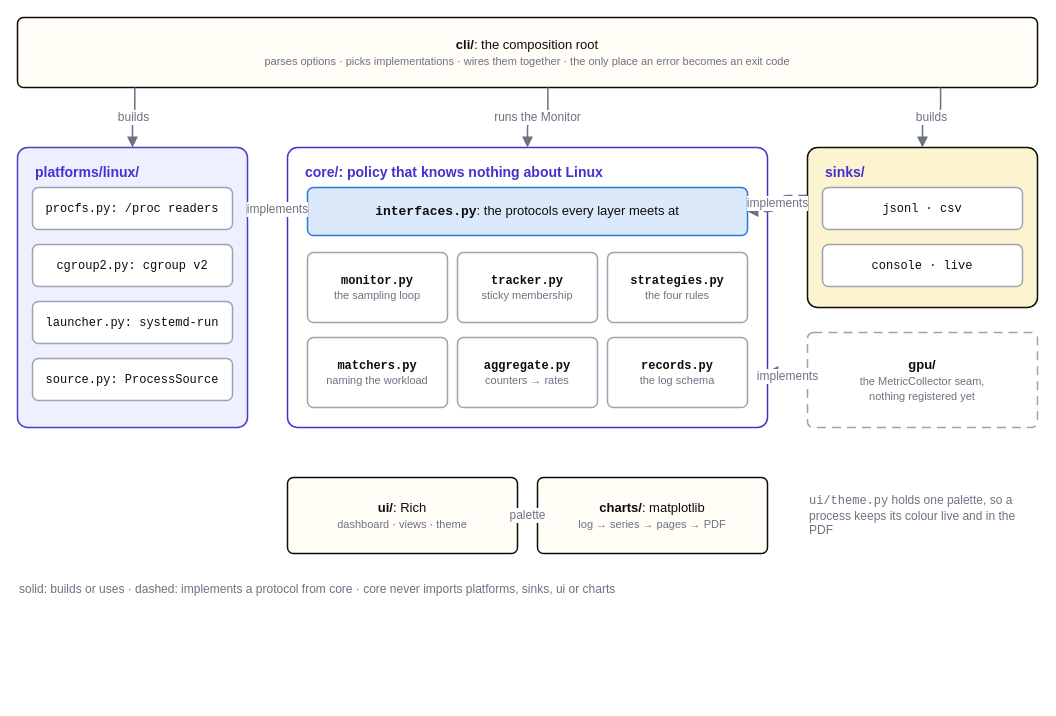
Before: docs/assets/diagrams/architecture.drawio in ibadrather/treehawk, a draw.io diagram. Source tidied: cells renumbered, new cells numbered last; positions are measured from the earlier drawing's top-left corner, leaving out a move shared by most shapes. Both pictures are drawn from the tidied source at 100%, with x=0, y=0 at pixel (17, 17).
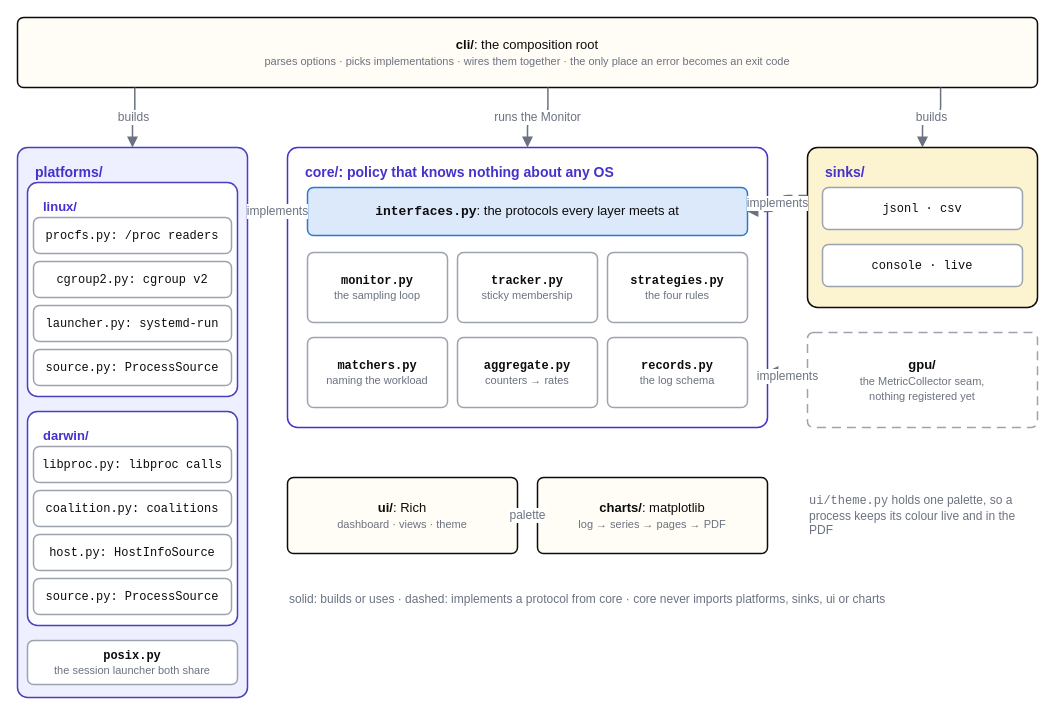
After the change.

The change refers to these unchanged cells:
```xml
<mxCell id="9" value="&lt;b&gt;&lt;span style=&quot;font-family:monospace&quot;&gt;interfaces.py&lt;/span&gt;&lt;/b&gt;: the protocols every layer meets at" style="rounded=1;arcSize=12;absoluteArcSize=1;whiteSpace=wrap;html=1;fillColor=#DCE9FA;strokeColor=#2A78D6;strokeWidth=1.5;fontSize=13;fontColor=#0C0C0C;align=center;verticalAlign=middle;spacing=8;fontFamily=Helvetica;" parent="1" vertex="1">
  <mxGeometry x="290" y="170" width="440" height="48" as="geometry" />
</mxCell>
```

Change to the diagram source:
```diff
@@
-    <mxCell id="3" value="platforms/linux/" style="rounded=1;arcSize=12;absoluteArcSize=1;whiteSpace=wrap;html=1;fillColor=#EEF0FF;strokeColor=#4B3FBF;strokeWidth=1.5;fontSize=14;fontColor=#0C0C0C;align=left;verticalAlign=middle;spacing=8;fontFamily=Helvetica;verticalAlign=top;spacingLeft=10;spacingTop=4;fontStyle=1;arcSize=20;fontColor=#4531CC;" parent="1" vertex="1">
-      <mxGeometry y="130" width="230" height="280" as="geometry" />
+    <mxCell id="3" value="platforms/" style="rounded=1;arcSize=12;absoluteArcSize=1;whiteSpace=wrap;html=1;fillColor=#EEF0FF;strokeColor=#4B3FBF;strokeWidth=1.5;fontSize=14;fontColor=#0C0C0C;align=left;verticalAlign=middle;spacing=8;fontFamily=Helvetica;verticalAlign=top;spacingLeft=10;spacingTop=4;fontStyle=1;arcSize=20;fontColor=#4531CC;" parent="1" vertex="1">
+      <mxGeometry y="130" width="230" height="550" as="geometry" />
     </mxCell>
+    <mxCell id="31" value="linux/" style="rounded=1;arcSize=12;absoluteArcSize=1;whiteSpace=wrap;html=1;fillColor=#FFFFFF;strokeColor=#4B3FBF;strokeWidth=1.5;fontSize=13;fontColor=#0C0C0C;align=left;verticalAlign=middle;spacing=8;fontFamily=Helvetica;verticalAlign=top;spacingLeft=8;spacingTop=4;fontStyle=1;arcSize=20;fontColor=#4531CC;" parent="1" vertex="1">
+      <mxGeometry x="10" y="165" width="210" height="214" as="geometry" />
+    </mxCell>
-    <mxCell id="4" value="&lt;span style=&quot;font-family:monospace&quot;&gt;procfs.py: /proc readers&lt;/span&gt;" style="rounded=1;arcSize=12;absoluteArcSize=1;whiteSpace=wrap;html=1;fillColor=#FFFFFF;strokeColor=#9CA3AF;strokeWidth=1.5;fontSize=12;fontColor=#0C0C0C;align=center;verticalAlign=middle;spacing=8;fontFamily=Helvetica;" parent="1" vertex="1">
-      <mxGeometry x="15" y="170" width="200" height="42" as="geometry" />
+    <mxCell id="4" value="&lt;span style=&quot;font-family:monospace&quot;&gt;procfs.py: /proc readers&lt;/span&gt;" style="rounded=1;arcSize=12;absoluteArcSize=1;whiteSpace=wrap;html=1;fillColor=#FFFFFF;strokeColor=#9CA3AF;strokeWidth=1.5;fontSize=12;fontColor=#0C0C0C;align=center;verticalAlign=middle;spacing=4;fontFamily=Helvetica;" parent="1" vertex="1">
+      <mxGeometry x="16" y="200" width="198" height="36" as="geometry" />
     </mxCell>
-    <mxCell id="5" value="&lt;span style=&quot;font-family:monospace&quot;&gt;cgroup2.py: cgroup v2&lt;/span&gt;" style="rounded=1;arcSize=12;absoluteArcSize=1;whiteSpace=wrap;html=1;fillColor=#FFFFFF;strokeColor=#9CA3AF;strokeWidth=1.5;fontSize=12;fontColor=#0C0C0C;align=center;verticalAlign=middle;spacing=8;fontFamily=Helvetica;" parent="1" vertex="1">
-      <mxGeometry x="15" y="227" width="200" height="42" as="geometry" />
+    <mxCell id="5" value="&lt;span style=&quot;font-family:monospace&quot;&gt;cgroup2.py: cgroup v2&lt;/span&gt;" style="rounded=1;arcSize=12;absoluteArcSize=1;whiteSpace=wrap;html=1;fillColor=#FFFFFF;strokeColor=#9CA3AF;strokeWidth=1.5;fontSize=12;fontColor=#0C0C0C;align=center;verticalAlign=middle;spacing=4;fontFamily=Helvetica;" parent="1" vertex="1">
+      <mxGeometry x="16" y="244" width="198" height="36" as="geometry" />
     </mxCell>
-    <mxCell id="6" value="&lt;span style=&quot;font-family:monospace&quot;&gt;launcher.py: systemd-run&lt;/span&gt;" style="rounded=1;arcSize=12;absoluteArcSize=1;whiteSpace=wrap;html=1;fillColor=#FFFFFF;strokeColor=#9CA3AF;strokeWidth=1.5;fontSize=12;fontColor=#0C0C0C;align=center;verticalAlign=middle;spacing=8;fontFamily=Helvetica;" parent="1" vertex="1">
-      <mxGeometry x="15" y="284" width="200" height="42" as="geometry" />
+    <mxCell id="6" value="&lt;span style=&quot;font-family:monospace&quot;&gt;launcher.py: systemd-run&lt;/span&gt;" style="rounded=1;arcSize=12;absoluteArcSize=1;whiteSpace=wrap;html=1;fillColor=#FFFFFF;strokeColor=#9CA3AF;strokeWidth=1.5;fontSize=12;fontColor=#0C0C0C;align=center;verticalAlign=middle;spacing=4;fontFamily=Helvetica;" parent="1" vertex="1">
+      <mxGeometry x="16" y="288" width="198" height="36" as="geometry" />
     </mxCell>
-    <mxCell id="7" value="&lt;span style=&quot;font-family:monospace&quot;&gt;source.py: ProcessSource&lt;/span&gt;" style="rounded=1;arcSize=12;absoluteArcSize=1;whiteSpace=wrap;html=1;fillColor=#FFFFFF;strokeColor=#9CA3AF;strokeWidth=1.5;fontSize=12;fontColor=#0C0C0C;align=center;verticalAlign=middle;spacing=8;fontFamily=Helvetica;" parent="1" vertex="1">
-      <mxGeometry x="15" y="341" width="200" height="42" as="geometry" />
+    <mxCell id="7" value="&lt;span style=&quot;font-family:monospace&quot;&gt;source.py: ProcessSource&lt;/span&gt;" style="rounded=1;arcSize=12;absoluteArcSize=1;whiteSpace=wrap;html=1;fillColor=#FFFFFF;strokeColor=#9CA3AF;strokeWidth=1.5;fontSize=12;fontColor=#0C0C0C;align=center;verticalAlign=middle;spacing=4;fontFamily=Helvetica;" parent="1" vertex="1">
+      <mxGeometry x="16" y="332" width="198" height="36" as="geometry" />
     </mxCell>
+    <mxCell id="32" value="darwin/" style="rounded=1;arcSize=12;absoluteArcSize=1;whiteSpace=wrap;html=1;fillColor=#FFFFFF;strokeColor=#4B3FBF;strokeWidth=1.5;fontSize=13;fontColor=#0C0C0C;align=left;verticalAlign=middle;spacing=8;fontFamily=Helvetica;verticalAlign=top;spacingLeft=8;spacingTop=4;fontStyle=1;arcSize=20;fontColor=#4531CC;" parent="1" vertex="1">
+      <mxGeometry x="10" y="394" width="210" height="214" as="geometry" />
+    </mxCell>
+    <mxCell id="33" value="&lt;span style=&quot;font-family:monospace&quot;&gt;libproc.py: libproc calls&lt;/span&gt;" style="rounded=1;arcSize=12;absoluteArcSize=1;whiteSpace=wrap;html=1;fillColor=#FFFFFF;strokeColor=#9CA3AF;strokeWidth=1.5;fontSize=12;fontColor=#0C0C0C;align=center;verticalAlign=middle;spacing=4;fontFamily=Helvetica;" parent="1" vertex="1">
+      <mxGeometry x="16" y="429" width="198" height="36" as="geometry" />
+    </mxCell>
+    <mxCell id="34" value="&lt;span style=&quot;font-family:monospace&quot;&gt;coalition.py: coalitions&lt;/span&gt;" style="rounded=1;arcSize=12;absoluteArcSize=1;whiteSpace=wrap;html=1;fillColor=#FFFFFF;strokeColor=#9CA3AF;strokeWidth=1.5;fontSize=12;fontColor=#0C0C0C;align=center;verticalAlign=middle;spacing=4;fontFamily=Helvetica;" parent="1" vertex="1">
+      <mxGeometry x="16" y="473" width="198" height="36" as="geometry" />
+    </mxCell>
+    <mxCell id="35" value="&lt;span style=&quot;font-family:monospace&quot;&gt;host.py: HostInfoSource&lt;/span&gt;" style="rounded=1;arcSize=12;absoluteArcSize=1;whiteSpace=wrap;html=1;fillColor=#FFFFFF;strokeColor=#9CA3AF;strokeWidth=1.5;fontSize=12;fontColor=#0C0C0C;align=center;verticalAlign=middle;spacing=4;fontFamily=Helvetica;" parent="1" vertex="1">
+      <mxGeometry x="16" y="517" width="198" height="36" as="geometry" />
+    </mxCell>
+    <mxCell id="36" value="&lt;span style=&quot;font-family:monospace&quot;&gt;source.py: ProcessSource&lt;/span&gt;" style="rounded=1;arcSize=12;absoluteArcSize=1;whiteSpace=wrap;html=1;fillColor=#FFFFFF;strokeColor=#9CA3AF;strokeWidth=1.5;fontSize=12;fontColor=#0C0C0C;align=center;verticalAlign=middle;spacing=4;fontFamily=Helvetica;" parent="1" vertex="1">
+      <mxGeometry x="16" y="561" width="198" height="36" as="geometry" />
+    </mxCell>
+    <mxCell id="37" value="&lt;b&gt;&lt;span style=&quot;font-family:monospace&quot;&gt;posix.py&lt;/span&gt;&lt;/b&gt;&lt;br&gt;&lt;span style=&quot;font-size:11px;color:#6B7280&quot;&gt;the session launcher both share&lt;/span&gt;" style="rounded=1;arcSize=12;absoluteArcSize=1;whiteSpace=wrap;html=1;fillColor=#FFFFFF;strokeColor=#9CA3AF;strokeWidth=1.5;fontSize=12;fontColor=#0C0C0C;align=center;verticalAlign=middle;spacing=4;fontFamily=Helvetica;" parent="1" vertex="1">
+      <mxGeometry x="10" y="623" width="210" height="44" as="geometry" />
+    </mxCell>
-    <mxCell id="8" value="core/: policy that knows nothing about Linux" style="rounded=1;arcSize=12;absoluteArcSize=1;whiteSpace=wrap;html=1;fillColor=#FFFFFF;strokeColor=#4531CC;strokeWidth=1.5;fontSize=14;fontColor=#0C0C0C;align=left;verticalAlign=middle;spacing=8;fontFamily=Helvetica;verticalAlign=top;spacingLeft=10;spacingTop=4;fontStyle=1;arcSize=20;fontColor=#4531CC;" parent="1" vertex="1">
+    <mxCell id="8" value="core/: policy that knows nothing about any OS" style="rounded=1;arcSize=12;absoluteArcSize=1;whiteSpace=wrap;html=1;fillColor=#FFFFFF;strokeColor=#4531CC;strokeWidth=1.5;fontSize=14;fontColor=#0C0C0C;align=left;verticalAlign=middle;spacing=8;fontFamily=Helvetica;verticalAlign=top;spacingLeft=10;spacingTop=4;fontStyle=1;arcSize=20;fontColor=#4531CC;" parent="1" vertex="1">
       <mxGeometry x="270" y="130" width="480" height="280" as="geometry" />
     </mxCell>
@@
-    <mxCell id="26" value="implements" style="edgeStyle=orthogonalEdgeStyle;rounded=1;html=1;endArrow=block;endFill=1;endSize=7;strokeWidth=1.5;strokeColor=#6B7280;fontSize=12;fontColor=#6B7280;labelBackgroundColor=default;fontFamily=Helvetica;dashed=1;dashPattern=6 4;exitX=1;exitY=0.21;exitDx=0;exitDy=0;entryX=0;entryY=0.5;entryDx=0;entryDy=0;" parent="1" edge="1" source="3" target="9">
+    <mxCell id="26" value="implements" style="edgeStyle=orthogonalEdgeStyle;rounded=1;html=1;endArrow=block;endFill=1;endSize=7;strokeWidth=1.5;strokeColor=#6B7280;fontSize=12;fontColor=#6B7280;labelBackgroundColor=default;fontFamily=Helvetica;dashed=1;dashPattern=6 4;exitX=1;exitY=0.116;exitDx=0;exitDy=0;entryX=0;entryY=0.5;entryDx=0;entryDy=0;" parent="1" edge="1" source="3" target="9">
       <mxGeometry relative="1" as="geometry" />
     </mxCell>
@@
     <mxCell id="30" value="solid: builds or uses · dashed: implements a protocol from core · core never imports platforms, sinks, ui or charts" style="text;html=1;whiteSpace=wrap;strokeColor=none;fillColor=none;align=left;verticalAlign=middle;fontSize=12;fontColor=#6B7280;fontFamily=Helvetica;" parent="1" vertex="1">
-      <mxGeometry y="560" width="1020" height="24" as="geometry" />
+      <mxGeometry x="270" y="570" width="750" height="24" as="geometry" />
     </mxCell>
```
